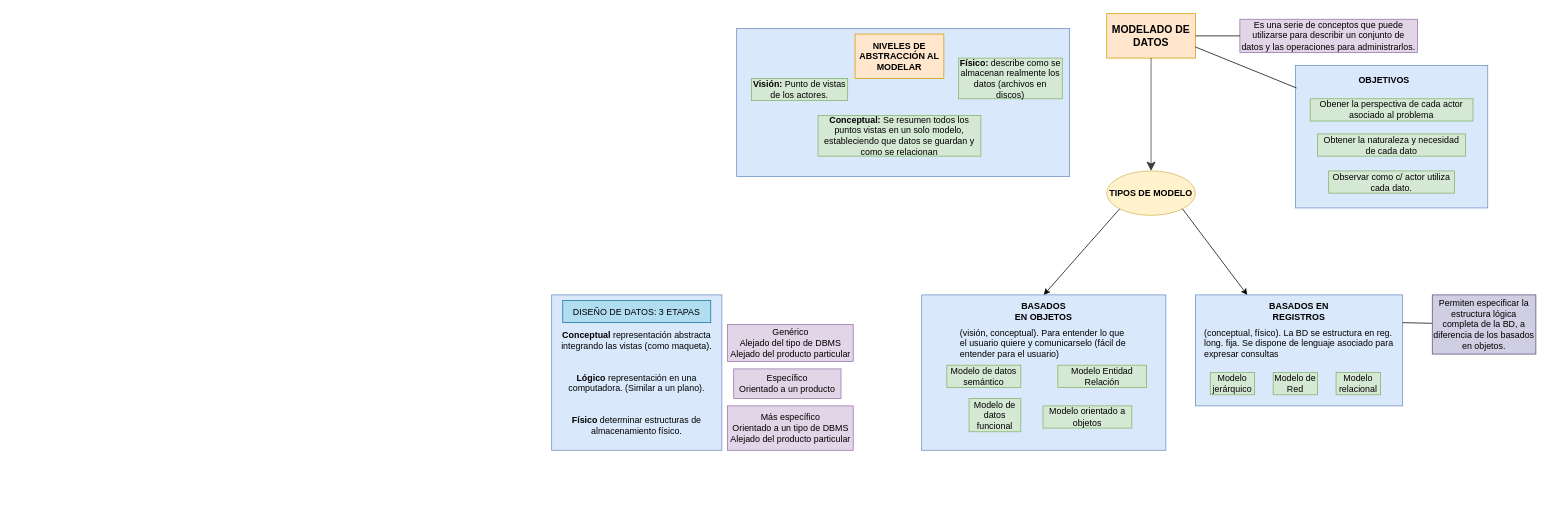
This is page "Modelos de datos" (2 of 8) of Diagrama-resumen.drawio from senras/DBD, a draw.io file, before an edit. Source tidied: cells renumbered, new cells numbered last; positions are measured from the earlier drawing's top-left corner, leaving out a move shared by most shapes. Both pictures are drawn from the tidied source at 74%, with x=0, y=0 at pixel (551, 13).
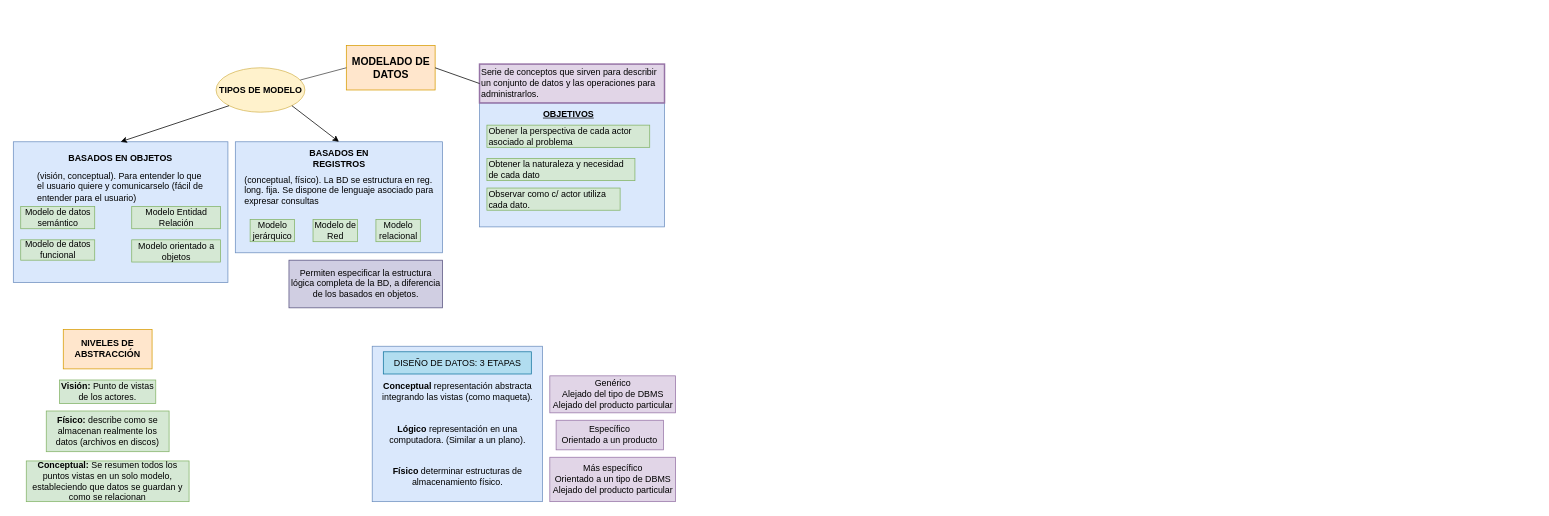
The same diagram, later.

Diff of the diagram source:
```diff
@@
-    <mxCell id="2" style="rounded=0;whiteSpace=wrap;html=1;fillColor=#dae8fc;strokeColor=#6c8ebf;" parent="1" vertex="1">
-      <mxGeometry x="250" y="20" width="450" height="200" as="geometry" />
-    </mxCell>
     <mxCell id="3" style="rounded=0;whiteSpace=wrap;html=1;fillColor=#dae8fc;strokeColor=#6c8ebf;" parent="1" vertex="1">
-      <mxGeometry x="1005" y="70" width="260" height="192.5" as="geometry" />
+      <mxGeometry x="-97.5" y="120.6" width="250" height="167.5" as="geometry" />
     </mxCell>
     <mxCell id="4" style="rounded=0;whiteSpace=wrap;html=1;fillColor=#dae8fc;strokeColor=#6c8ebf;" parent="1" vertex="1">
-      <mxGeometry x="870" y="380" width="280" height="150" as="geometry" />
+      <mxGeometry x="-427.5" y="173.1" width="280" height="150" as="geometry" />
     </mxCell>
     <mxCell id="5" style="rounded=0;whiteSpace=wrap;html=1;fillColor=#dae8fc;strokeColor=#6c8ebf;" parent="1" vertex="1">
-      <mxGeometry x="500" y="380" width="330" height="210" as="geometry" />
+      <mxGeometry x="-727.5" y="173.1" width="290" height="190" as="geometry" />
     </mxCell>
     <mxCell id="6" value="&lt;h3&gt;MODELADO DE DATOS&lt;/h3&gt;" style="rounded=0;whiteSpace=wrap;html=1;fillColor=#ffe6cc;strokeColor=#d79b00;" parent="1" vertex="1">
-      <mxGeometry x="750" width="120" height="60" as="geometry" />
+      <mxGeometry x="-277.5" y="43.1" width="120" height="60" as="geometry" />
     </mxCell>
-    <mxCell id="7" value="NIVELES DE ABSTRACCIÓN AL MODELAR" style="rounded=0;whiteSpace=wrap;html=1;fillColor=#ffe6cc;strokeColor=#d79b00;fontStyle=1;" parent="1" vertex="1">
-      <mxGeometry x="410" y="27.5" width="120" height="60" as="geometry" />
+    <mxCell id="7" value="NIVELES DE ABSTRACCIÓN" style="rounded=0;whiteSpace=wrap;html=1;fillColor=#ffe6cc;strokeColor=#d79b00;fontStyle=1;" parent="1" vertex="1">
+      <mxGeometry x="-660" y="426.9" width="120" height="53.1" as="geometry" />
     </mxCell>
     <mxCell id="8" value="&lt;b&gt;Visión:&lt;/b&gt; Punto de vistas de los actores." style="text;html=1;strokeColor=#82b366;fillColor=#d5e8d4;align=center;verticalAlign=middle;whiteSpace=wrap;rounded=0;" parent="1" vertex="1">
-      <mxGeometry x="270" y="87.5" width="130" height="30" as="geometry" />
+      <mxGeometry x="-665" y="495" width="130" height="31.9" as="geometry" />
     </mxCell>
     <mxCell id="9" value="&lt;b&gt;Conceptual:&lt;/b&gt; Se resumen todos los puntos vistas en un solo modelo, estableciendo que datos se guardan y como se relacionan" style="text;html=1;strokeColor=#82b366;fillColor=#d5e8d4;align=center;verticalAlign=middle;whiteSpace=wrap;rounded=0;" parent="1" vertex="1">
-      <mxGeometry x="360" y="137.5" width="220" height="55" as="geometry" />
+      <mxGeometry x="-710" y="604.4" width="220" height="55" as="geometry" />
     </mxCell>
     <mxCell id="10" value="&lt;b&gt;Físico:&lt;/b&gt; describe como se almacenan realmente los datos (archivos en discos)" style="text;html=1;strokeColor=#82b366;fillColor=#d5e8d4;align=center;verticalAlign=middle;whiteSpace=wrap;rounded=0;" parent="1" vertex="1">
-      <mxGeometry x="550" y="60" width="140" height="55" as="geometry" />
+      <mxGeometry x="-683" y="536.9" width="166" height="55" as="geometry" />
     </mxCell>
-    <mxCell id="11" value="Es una serie de conceptos que puede utilizarse para describir un conjunto de datos y las operaciones para administrarlos." style="text;html=1;strokeColor=#9673a6;fillColor=#e1d5e7;align=center;verticalAlign=middle;whiteSpace=wrap;rounded=0;" parent="1" vertex="1">
-      <mxGeometry x="930" y="7.5" width="240" height="45" as="geometry" />
+    <mxCell id="11" value="Serie de conceptos que sirven para describir un conjunto de datos y las operaciones para administrarlos." style="text;html=1;strokeColor=#9673a6;fillColor=#e1d5e7;align=left;verticalAlign=middle;whiteSpace=wrap;rounded=0;strokeWidth=2;" parent="1" vertex="1">
+      <mxGeometry x="-97.5" y="68.1" width="250" height="52.5" as="geometry" />
     </mxCell>
@@
     <mxCell id="13" value="TIPOS DE MODELO" style="ellipse;whiteSpace=wrap;html=1;fillColor=#fff2cc;strokeColor=#d6b656;fontStyle=1;" parent="1" vertex="1">
-      <mxGeometry x="750" y="212.5" width="120" height="60" as="geometry" />
+      <mxGeometry x="-453.5" y="73.1" width="120" height="60" as="geometry" />
     </mxCell>
-    <mxCell id="14" style="endArrow=classic;html=1;rounded=0;shadow=0;sketch=0;startSize=10;endSize=10;strokeColor=default;strokeWidth=1;opacity=75;jumpSize=10;exitX=0.5;exitY=1;exitDx=0;exitDy=0;" parent="1" edge="1" source="6" target="13">
+    <mxCell id="14" style="endArrow=none;html=1;rounded=0;shadow=0;sketch=0;strokeColor=default;strokeWidth=1;opacity=75;jumpSize=10;endFill=0;exitX=0;exitY=0.5;exitDx=0;exitDy=0;" parent="1" edge="1" source="6" target="13">
       <mxGeometry relative="1" as="geometry" />
     </mxCell>
     <mxCell id="15" value="&lt;b&gt;BASADOS EN OBJETOS&lt;/b&gt;" style="text;html=1;strokeColor=none;fillColor=none;align=center;verticalAlign=middle;whiteSpace=wrap;rounded=0;" parent="1" vertex="1">
-      <mxGeometry x="625" y="387.5" width="80" height="30" as="geometry" />
+      <mxGeometry x="-655" y="180.6" width="145" height="30" as="geometry" />
     </mxCell>
     <mxCell id="16" value="Modelo de datos funcional" style="text;html=1;strokeColor=#82b366;fillColor=#d5e8d4;align=center;verticalAlign=middle;whiteSpace=wrap;rounded=0;" parent="1" vertex="1">
-      <mxGeometry x="564" y="520" width="70" height="45" as="geometry" />
+      <mxGeometry x="-717.5" y="305.6" width="100" height="27.5" as="geometry" />
     </mxCell>
     <mxCell id="17" value="Modelo de datos semántico" style="text;html=1;strokeColor=#82b366;fillColor=#d5e8d4;align=center;verticalAlign=middle;whiteSpace=wrap;rounded=0;" parent="1" vertex="1">
-      <mxGeometry x="534" y="475" width="100" height="30" as="geometry" />
+      <mxGeometry x="-717.5" y="260.6" width="100" height="30" as="geometry" />
     </mxCell>
     <mxCell id="18" value="Modelo orientado a objetos" style="text;html=1;strokeColor=#82b366;fillColor=#d5e8d4;align=center;verticalAlign=middle;whiteSpace=wrap;rounded=0;" parent="1" vertex="1">
-      <mxGeometry x="664" y="530" width="120" height="30" as="geometry" />
+      <mxGeometry x="-567.5" y="305.6" width="120" height="30" as="geometry" />
     </mxCell>
     <mxCell id="19" value="Modelo Entidad Relación" style="text;html=1;strokeColor=#82b366;fillColor=#d5e8d4;align=center;verticalAlign=middle;whiteSpace=wrap;rounded=0;" parent="1" vertex="1">
-      <mxGeometry x="684" y="475" width="120" height="30" as="geometry" />
+      <mxGeometry x="-567.5" y="260.6" width="120" height="30" as="geometry" />
     </mxCell>
     <mxCell id="20" value="&lt;b&gt;BASADOS EN REGISTROS&lt;/b&gt;" style="text;html=1;strokeColor=none;fillColor=none;align=center;verticalAlign=middle;whiteSpace=wrap;rounded=0;" parent="1" vertex="1">
-      <mxGeometry x="965" y="387.5" width="90" height="30" as="geometry" />
+      <mxGeometry x="-332.5" y="180.6" width="90" height="30" as="geometry" />
     </mxCell>
-    <mxCell id="21" style="rounded=0;jettySize=auto;html=1;entryX=1;entryY=0.25;entryDx=0;entryDy=0;endArrow=none;endFill=0;" parent="1" edge="1" source="22" target="4">
-      <mxGeometry relative="1" as="geometry" />
-    </mxCell>
     <mxCell id="22" value="Permiten especificar la estructura lógica completa de la BD, a diferencia de los basados en objetos." style="text;html=1;strokeColor=#56517e;fillColor=#d0cee2;align=center;verticalAlign=middle;whiteSpace=wrap;rounded=0;" parent="1" vertex="1">
-      <mxGeometry x="1190" y="380" width="140" height="80" as="geometry" />
+      <mxGeometry x="-355" y="333.1" width="207.5" height="64.4" as="geometry" />
     </mxCell>
     <mxCell id="23" value="Modelo relacional" style="text;html=1;strokeColor=#82b366;fillColor=#d5e8d4;align=center;verticalAlign=middle;whiteSpace=wrap;rounded=0;" parent="1" vertex="1">
-      <mxGeometry x="1060" y="485" width="60" height="30" as="geometry" />
+      <mxGeometry x="-237.5" y="278.1" width="60" height="30" as="geometry" />
     </mxCell>
     <mxCell id="24" value="Modelo jerárquico" style="text;html=1;strokeColor=#82b366;fillColor=#d5e8d4;align=center;verticalAlign=middle;whiteSpace=wrap;rounded=0;" parent="1" vertex="1">
-      <mxGeometry x="890" y="485" width="60" height="30" as="geometry" />
+      <mxGeometry x="-407.5" y="278.1" width="60" height="30" as="geometry" />
     </mxCell>
     <mxCell id="25" value="Modelo de Red" style="text;html=1;strokeColor=#82b366;fillColor=#d5e8d4;align=center;verticalAlign=middle;whiteSpace=wrap;rounded=0;" parent="1" vertex="1">
-      <mxGeometry x="975" y="485" width="60" height="30" as="geometry" />
+      <mxGeometry x="-322.5" y="278.1" width="60" height="30" as="geometry" />
     </mxCell>
@@
-    <mxCell id="28" value="Obtener la naturaleza y necesidad de cada dato" style="text;html=1;strokeColor=#82b366;fillColor=#d5e8d4;align=center;verticalAlign=middle;whiteSpace=wrap;rounded=0;" parent="1" vertex="1">
-      <mxGeometry x="1035" y="162.5" width="200" height="30" as="geometry" />
+    <mxCell id="28" value="Obtener la naturaleza y necesidad de cada dato" style="text;html=1;strokeColor=#82b366;fillColor=#d5e8d4;align=left;verticalAlign=middle;whiteSpace=wrap;rounded=0;" parent="1" vertex="1">
+      <mxGeometry x="-87.5" y="195.6" width="200" height="30" as="geometry" />
     </mxCell>
-    <mxCell id="29" value="Obener la perspectiva de cada actor asociado al problema" style="text;html=1;strokeColor=#82b366;fillColor=#d5e8d4;align=center;verticalAlign=middle;whiteSpace=wrap;rounded=0;" parent="1" vertex="1">
-      <mxGeometry x="1025" y="115" width="220" height="30" as="geometry" />
+    <mxCell id="29" value="Obener la perspectiva de cada actor asociado al problema" style="text;html=1;strokeColor=#82b366;fillColor=#d5e8d4;align=left;verticalAlign=middle;whiteSpace=wrap;rounded=0;" parent="1" vertex="1">
+      <mxGeometry x="-87.5" y="150.6" width="220" height="30" as="geometry" />
     </mxCell>
-    <mxCell id="30" value="Observar como c/ actor utiliza cada dato." style="text;html=1;strokeColor=#82b366;fillColor=#d5e8d4;align=center;verticalAlign=middle;whiteSpace=wrap;rounded=0;" parent="1" vertex="1">
-      <mxGeometry x="1050" y="212.5" width="170" height="30" as="geometry" />
+    <mxCell id="30" value="Observar como c/ actor utiliza cada dato." style="text;html=1;strokeColor=#82b366;fillColor=#d5e8d4;align=left;verticalAlign=middle;whiteSpace=wrap;rounded=0;" parent="1" vertex="1">
+      <mxGeometry x="-87.5" y="235.6" width="180" height="30" as="geometry" />
     </mxCell>
-    <mxCell id="31" value="&lt;b&gt;OBJETIVOS&lt;/b&gt;" style="text;html=1;strokeColor=none;fillColor=none;align=center;verticalAlign=middle;whiteSpace=wrap;rounded=0;" parent="1" vertex="1">
-      <mxGeometry x="1085" y="75" width="80" height="30" as="geometry" />
+    <mxCell id="31" value="&lt;b&gt;OBJETIVOS&lt;/b&gt;" style="text;html=1;strokeColor=none;fillColor=none;align=center;verticalAlign=middle;whiteSpace=wrap;rounded=0;fontStyle=4;" parent="1" vertex="1">
+      <mxGeometry x="-17.5" y="120.6" width="80" height="30" as="geometry" />
     </mxCell>
-    <mxCell id="32" style="endArrow=none;html=1;rounded=0;exitX=1;exitY=0.75;exitDx=0;exitDy=0;entryX=0.006;entryY=0.158;entryDx=0;entryDy=0;entryPerimeter=0;" parent="1" edge="1" source="6" target="3">
-      <mxGeometry relative="1" as="geometry" />
-    </mxCell>
-    <mxCell id="33" style="endArrow=classic;html=1;rounded=0;exitX=1;exitY=1;exitDx=0;exitDy=0;entryX=0.25;entryY=0;entryDx=0;entryDy=0;" parent="1" edge="1" source="13" target="4">
+    <mxCell id="33" style="endArrow=classic;html=1;rounded=0;exitX=1;exitY=1;exitDx=0;exitDy=0;entryX=0.5;entryY=0;entryDx=0;entryDy=0;" parent="1" edge="1" source="13" target="4">
       <mxGeometry relative="1" as="geometry" />
     </mxCell>
@@
     <mxCell id="35" value="&lt;div&gt;&lt;b&gt;&lt;br&gt;&lt;/b&gt;&lt;/div&gt;&lt;div&gt;&lt;b&gt;&lt;br&gt;&lt;/b&gt;&lt;/div&gt;&lt;div&gt;&lt;b&gt;&lt;br&gt;&lt;/b&gt;&lt;/div&gt;&lt;div&gt;&lt;b&gt;Conceptual &lt;/b&gt;representación abstracta&lt;/div&gt;&lt;div&gt;integrando las vistas (como maqueta).&lt;/div&gt;&lt;div&gt;&lt;br&gt;&lt;/div&gt;&lt;div&gt;&lt;b&gt;&lt;br&gt;&lt;/b&gt;&lt;/div&gt;&lt;div&gt;&lt;b&gt;Lógico&amp;nbsp;&lt;/b&gt;representación en una computadora. (Similar a un plano).&lt;/div&gt;&lt;div&gt;&lt;br&gt;&lt;/div&gt;&lt;div&gt;&lt;b&gt;&lt;br&gt;&lt;/b&gt;&lt;/div&gt;&lt;div&gt;&lt;b&gt;Físico &lt;/b&gt;determinar estructuras de almacenamiento físico.&lt;/div&gt;&lt;div&gt;&lt;br&gt;&lt;/div&gt;" style="rounded=0;whiteSpace=wrap;html=1;fillColor=#dae8fc;strokeColor=#6c8ebf;" parent="1" vertex="1">
-      <mxGeometry y="380" width="230" height="210" as="geometry" />
+      <mxGeometry x="-242.5" y="449.4" width="230" height="210" as="geometry" />
     </mxCell>
     <mxCell id="36" value="(visión, conceptual). Para entender lo que el usuario quiere y comunicarselo (fácil de entender para el usuario)" style="text;whiteSpace=wrap;html=1;" parent="1" vertex="1">
-      <mxGeometry x="550" y="417.5" width="230" height="47.5" as="geometry" />
+      <mxGeometry x="-697.5" y="205.6" width="230" height="47.5" as="geometry" />
     </mxCell>
     <mxCell id="37" value="(conceptual, físico). La BD se estructura en reg. long. fija. Se dispone de lenguaje asociado para expresar consultas" style="text;whiteSpace=wrap;html=1;" parent="1" vertex="1">
-      <mxGeometry x="880" y="417.5" width="260" height="50" as="geometry" />
+      <mxGeometry x="-417.5" y="210.6" width="260" height="50" as="geometry" />
     </mxCell>
     <mxCell id="38" value="&lt;div&gt;DISEÑO DE DATOS: 3 ETAPAS&lt;/div&gt;" style="text;html=1;strokeColor=#10739e;fillColor=#b1ddf0;align=center;verticalAlign=middle;whiteSpace=wrap;rounded=0;" parent="1" vertex="1">
-      <mxGeometry x="15" y="387.5" width="200" height="30" as="geometry" />
+      <mxGeometry x="-227.5" y="456.9" width="200" height="30" as="geometry" />
     </mxCell>
     <mxCell id="39" value="Genérico&lt;br&gt;Alejado del tipo de DBMS&lt;br&gt;Alejado del producto particular" style="rounded=0;whiteSpace=wrap;html=1;fillColor=#e1d5e7;strokeColor=#9673a6;" parent="1" vertex="1">
-      <mxGeometry x="237.5" y="420" width="170" height="50" as="geometry" />
+      <mxGeometry x="-2.5" y="489.4" width="170" height="50" as="geometry" />
     </mxCell>
     <mxCell id="40" value="Más específico&lt;br&gt;Orientado a un tipo de DBMS&lt;br&gt;Alejado del producto particular" style="rounded=0;whiteSpace=wrap;html=1;fillColor=#e1d5e7;strokeColor=#9673a6;" parent="1" vertex="1">
-      <mxGeometry x="237.5" y="530" width="170" height="60" as="geometry" />
+      <mxGeometry x="-2.5" y="599.4" width="170" height="60" as="geometry" />
     </mxCell>
     <mxCell id="41" value="Específico&lt;br&gt;Orientado a un producto" style="rounded=0;whiteSpace=wrap;html=1;fillColor=#e1d5e7;strokeColor=#9673a6;" parent="1" vertex="1">
-      <mxGeometry x="246" y="480" width="145" height="40" as="geometry" />
+      <mxGeometry x="6" y="549.4" width="145" height="40" as="geometry" />
     </mxCell>
```
